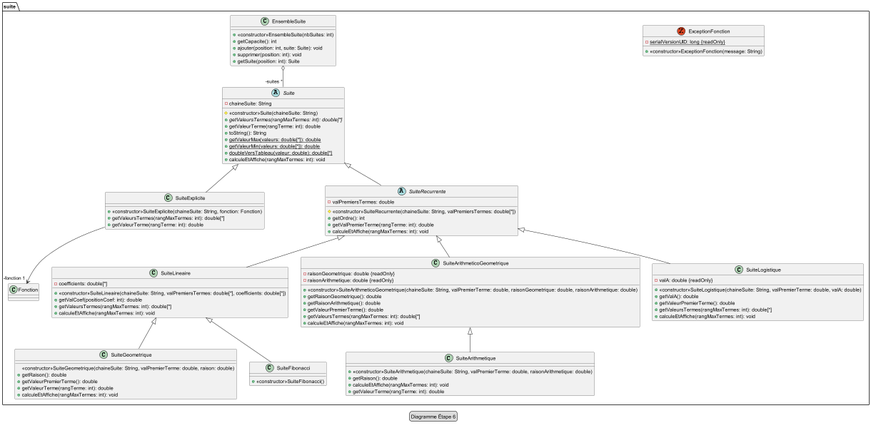
carlkolodziejski/sweet keeps this PlantUML diagram as plantuml/etape_6_diagramme.png. Above is the earlier version.
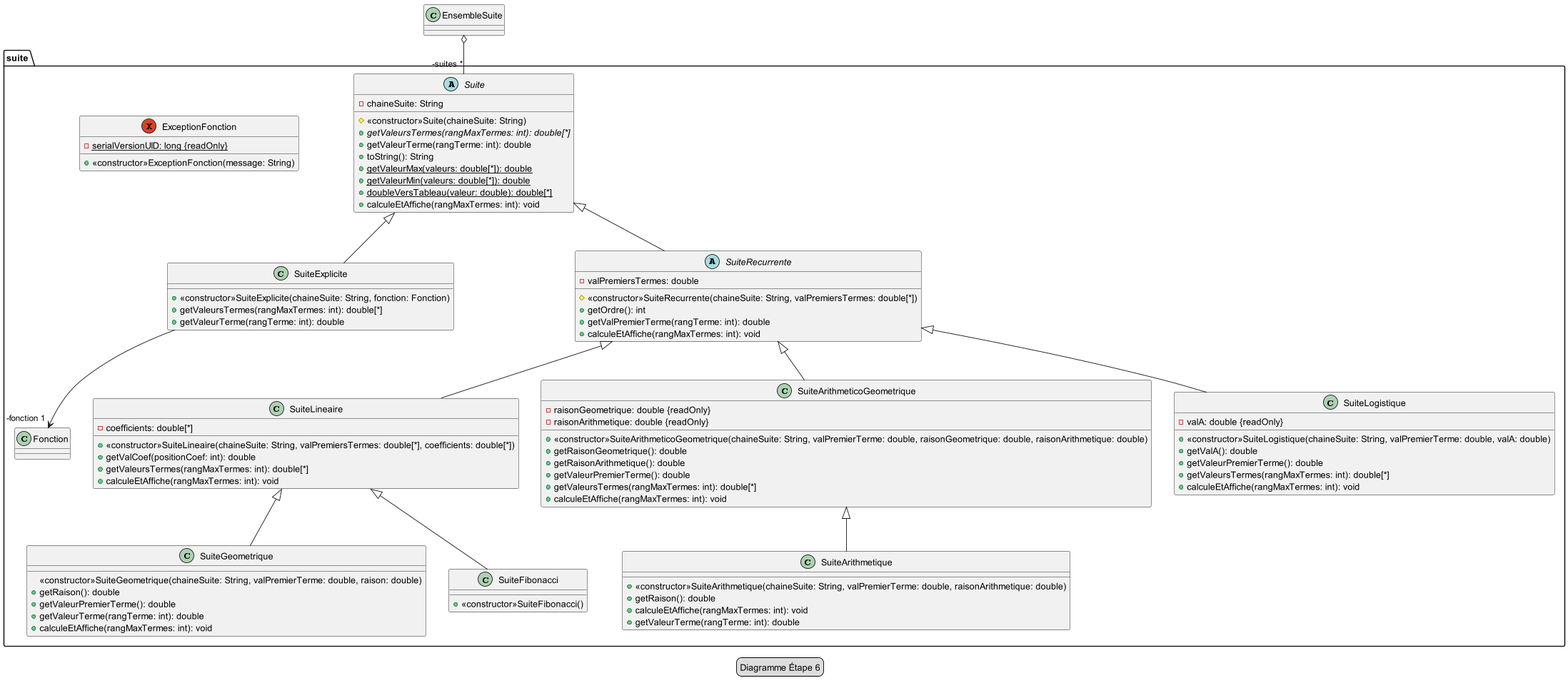
The same file after the commit.

Commit message:
Diagramme final réalisé

The edit, as a diff of the source:
```diff
@@ -89,14 +89,6 @@
         +getValeursTermes(rangMaxTermes: int): double[*]
         +calculeEtAffiche(rangMaxTermes: int): void
     }
-
-    class EnsembleSuite {
-        +<<constructor>>EnsembleSuite(nbSuites: int)
-        +getCapacite(): int
-        +ajouter(position: int, suite: Suite): void
-        +supprimer(position: int): void
-        +getSuite(position: int): Suite
-    }
 }
 
 SuiteExplicite --> "-fonction 1" Fonction
```
